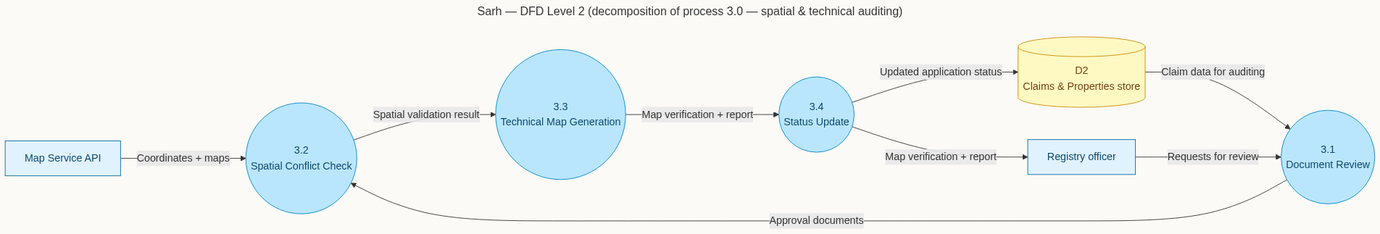
Above: docs/diagrams/dfd-level2-spatial.png in AliBelaid/Sarh (Mermaid), before the change. Its source is kept beside it as docs/diagrams/dfd-level2-spatial.mmd. Source of this version:
```mermaid
---
title: Sarh — DFD Level 2 (decomposition of process 3.0 — spatial & technical auditing)
---
flowchart LR
    classDef proc  fill:#bae6fd,stroke:#0284c7,color:#0c4a6e,rx:50,ry:50
    classDef ext   fill:#e0f2fe,stroke:#0369a1,color:#0c4a6e
    classDef store fill:#fef9c3,stroke:#ca8a04,color:#713f12

    MAP[Map Service API]:::ext
    Officer[Registry officer]:::ext

    D2[(D2<br/>Claims & Properties store)]:::store

    P31((3.1<br/>Document Review)):::proc
    P32((3.2<br/>Spatial Conflict Check)):::proc
    P33((3.3<br/>Technical Map Generation)):::proc
    P34((3.4<br/>Status Update)):::proc

    D2 -->|"Claim data for auditing"| P31
    P31 -->|"Approval documents"| P32
    MAP -->|"Coordinates + maps"| P32
    P32 -->|"Spatial validation result"| P33
    P33 -->|"Map verification + report"| P34
    P34 -->|"Updated application status"| D2
    P34 -->|"Map verification + report"| Officer
    Officer -->|"Requests for review"| P31
```
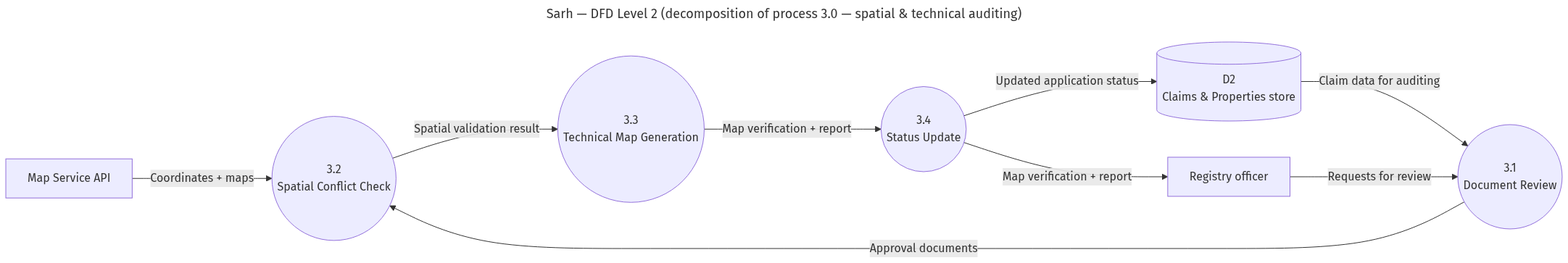
The same file after the commit.

Diff of the diagram source:
```diff
@@ -2,19 +2,16 @@
 title: Sarh — DFD Level 2 (decomposition of process 3.0 — spatial & technical auditing)
 ---
 flowchart LR
-    classDef proc  fill:#bae6fd,stroke:#0284c7,color:#0c4a6e,rx:50,ry:50
-    classDef ext   fill:#e0f2fe,stroke:#0369a1,color:#0c4a6e
-    classDef store fill:#fef9c3,stroke:#ca8a04,color:#713f12
 
-    MAP[Map Service API]:::ext
-    Officer[Registry officer]:::ext
+    MAP[Map Service API]
+    Officer[Registry officer]
 
-    D2[(D2<br/>Claims & Properties store)]:::store
+    D2[(D2<br/>Claims & Properties store)]
 
-    P31((3.1<br/>Document Review)):::proc
-    P32((3.2<br/>Spatial Conflict Check)):::proc
-    P33((3.3<br/>Technical Map Generation)):::proc
-    P34((3.4<br/>Status Update)):::proc
+    P31((3.1<br/>Document Review))
+    P32((3.2<br/>Spatial Conflict Check))
+    P33((3.3<br/>Technical Map Generation))
+    P34((3.4<br/>Status Update))
 
     D2 -->|"Claim data for auditing"| P31
     P31 -->|"Approval documents"| P32
```
